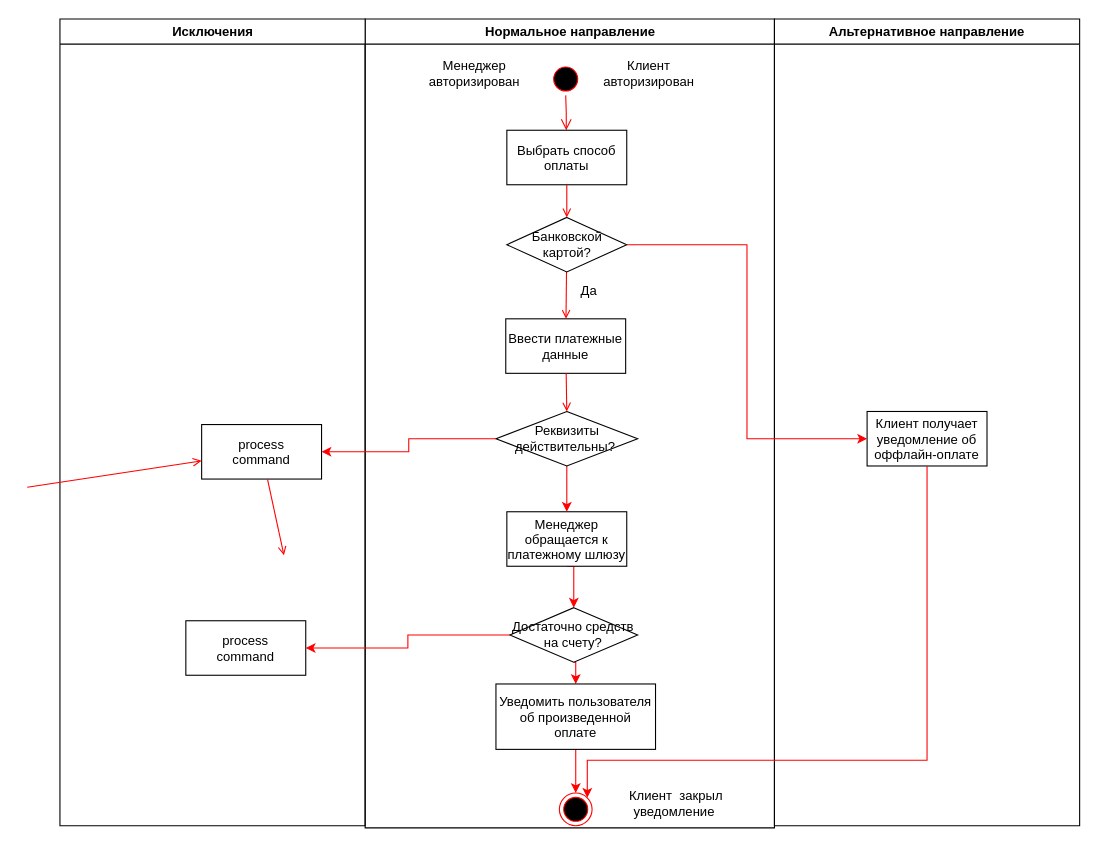
Before: page "Page-1" (1 of 2) of РИАТ_6_1.1.drawio in yanelena/diagrams, a draw.io diagram. Source tidied: cells renumbered, new cells numbered last; positions are measured from the earlier drawing's top-left corner, leaving out a move shared by most shapes. Both pictures are drawn from the tidied source at 109%, with x=0, y=0 at pixel (26, 19).
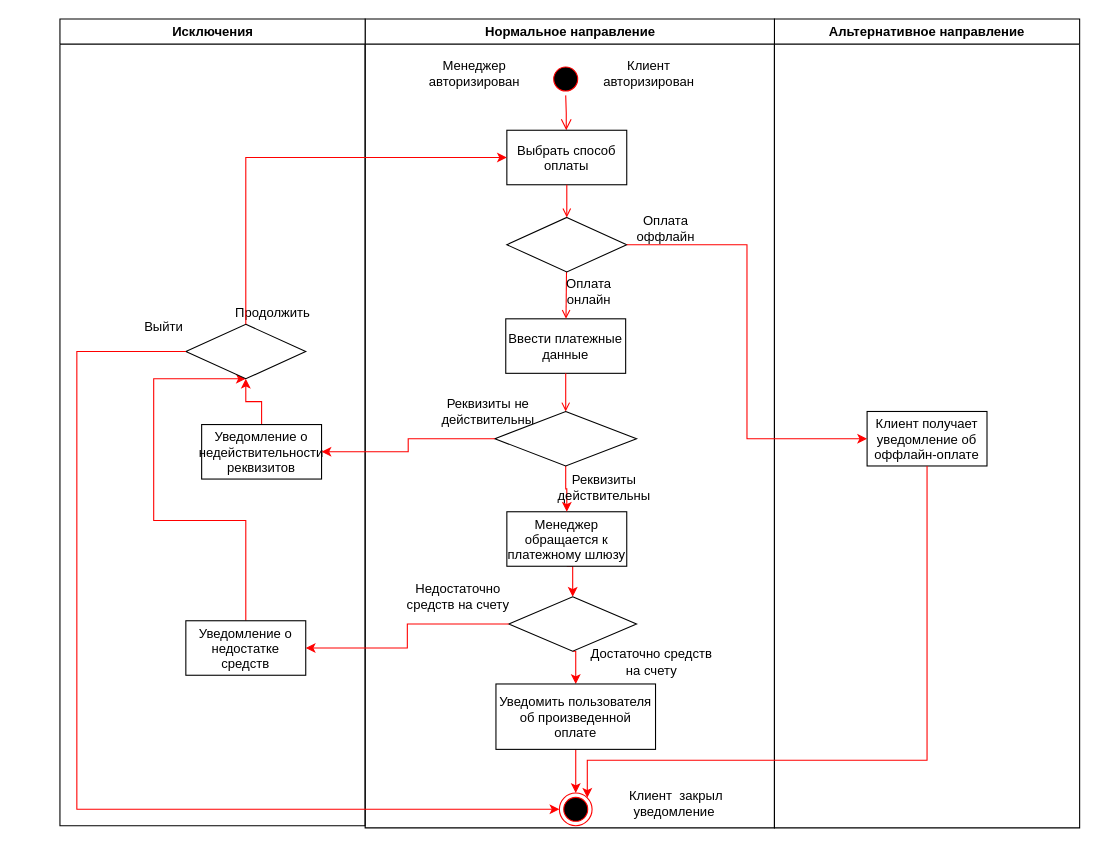
Above is the later version.

The change refers to these unchanged cells:
```xml
<mxCell id="5" value="Выбрать способ &#10;оплаты" parent="2" vertex="1">
  <mxGeometry x="130" y="102" width="110" height="50" as="geometry" />
</mxCell>
<mxCell id="21" style="ellipse;shape=endState;fillColor=#000000;strokeColor=#ff0000;" parent="2" vertex="1">
  <mxGeometry x="178.2" y="710" width="30" height="30" as="geometry" />
</mxCell>
<mxCell id="26" value="Исключения" style="swimlane;whiteSpace=wrap;" parent="1" vertex="1">
  <mxGeometry x="30.5" width="280" height="740" as="geometry" />
</mxCell>
```

Change to the diagram source:
```diff
@@
+    <mxCell id="24" value="Альтернативное направление" style="swimlane;whiteSpace=wrap;" parent="1" vertex="1">
+      <mxGeometry x="686" width="280" height="742" as="geometry" />
+    </mxCell>
+    <mxCell id="25" value="Клиент получает&#10;уведомление об &#10;оффлайн-оплате" parent="24" vertex="1">
+      <mxGeometry x="85" y="360" width="110" height="50" as="geometry" />
+    </mxCell>
-    <mxCell id="2" value="Нормальное направление" style="swimlane;whiteSpace=wrap;" parent="1" vertex="1">
-      <mxGeometry x="310.5" width="375.5" height="742" as="geometry" />
+    <mxCell id="2" value="Нормальное направление" style="swimlane;whiteSpace=wrap;" parent="24" vertex="1">
+      <mxGeometry x="-375.5" width="375.5" height="742" as="geometry" />
     </mxCell>
@@
-    <mxCell id="12" value="Банковской картой?" style="rhombus;whiteSpace=wrap;html=1;" parent="2" vertex="1">
+    <mxCell id="12" style="rhombus;whiteSpace=wrap;html=1;" parent="2" vertex="1">
       <mxGeometry x="130" y="182" width="110" height="50" as="geometry" />
     </mxCell>
@@
-    <mxCell id="16" value="Реквизиты действительны?&amp;nbsp;" style="rhombus;whiteSpace=wrap;html=1;" parent="2" vertex="1">
-      <mxGeometry x="120" y="360" width="130" height="50" as="geometry" />
+    <mxCell id="16" style="rhombus;whiteSpace=wrap;html=1;" parent="2" vertex="1">
+      <mxGeometry x="119" y="360" width="130" height="50" as="geometry" />
     </mxCell>
@@
-    <mxCell id="18" value="Достаточно средств&lt;br&gt;на счету?" style="rhombus;whiteSpace=wrap;html=1;" parent="2" vertex="1">
-      <mxGeometry x="132.8" y="540" width="117.2" height="50" as="geometry" />
+    <mxCell id="18" style="rhombus;whiteSpace=wrap;html=1;" parent="2" vertex="1">
+      <mxGeometry x="131.8" y="530" width="117.2" height="50" as="geometry" />
     </mxCell>
@@
-    <mxCell id="23" value="Да" style="text;html=1;strokeColor=none;fillColor=none;align=center;verticalAlign=middle;whiteSpace=wrap;rounded=0;fontColor=#000000;" parent="2" vertex="1">
+    <mxCell id="23" value="Оплата онлайн" style="text;html=1;strokeColor=none;fillColor=none;align=center;verticalAlign=middle;whiteSpace=wrap;rounded=0;fontColor=#000000;" parent="2" vertex="1">
       <mxGeometry x="185.5" y="240" width="40" height="20" as="geometry" />
     </mxCell>
-    <mxCell id="24" value="Альтернативное направление" style="swimlane;whiteSpace=wrap;" parent="1" vertex="1">
-      <mxGeometry x="686" width="280" height="740" as="geometry" />
-    </mxCell>
-    <mxCell id="25" value="Клиент получает&#10;уведомление об &#10;оффлайн-оплате" parent="24" vertex="1">
-      <mxGeometry x="85" y="360" width="110" height="50" as="geometry" />
-    </mxCell>
+    <mxCell id="35" value="Реквизиты действительны" style="text;html=1;strokeColor=none;fillColor=none;align=center;verticalAlign=middle;whiteSpace=wrap;rounded=0;" parent="2" vertex="1">
+      <mxGeometry x="199" y="420" width="40" height="20" as="geometry" />
+    </mxCell>
+    <mxCell id="36" value="Реквизиты не действительны" style="text;html=1;strokeColor=none;fillColor=none;align=center;verticalAlign=middle;whiteSpace=wrap;rounded=0;" parent="2" vertex="1">
+      <mxGeometry x="65.5" y="350" width="94.5" height="20" as="geometry" />
+    </mxCell>
+    <mxCell id="37" value="Оплата оффлайн" style="text;html=1;strokeColor=none;fillColor=none;align=center;verticalAlign=middle;whiteSpace=wrap;rounded=0;" parent="2" vertex="1">
+      <mxGeometry x="240" y="182" width="71" height="20" as="geometry" />
+    </mxCell>
+    <mxCell id="38" value="Недостаточно средств на счету" style="text;html=1;strokeColor=none;fillColor=none;align=center;verticalAlign=middle;whiteSpace=wrap;rounded=0;" parent="2" vertex="1">
+      <mxGeometry x="30" y="520" width="110" height="20" as="geometry" />
+    </mxCell>
+    <mxCell id="39" value="Достаточно средств на счету" style="text;html=1;strokeColor=none;fillColor=none;align=center;verticalAlign=middle;whiteSpace=wrap;rounded=0;" parent="2" vertex="1">
+      <mxGeometry x="205.5" y="580" width="114.5" height="20" as="geometry" />
+    </mxCell>
+    <mxCell id="33" style="edgeStyle=orthogonalEdgeStyle;rounded=0;jettySize=auto;html=1;exitX=1;exitY=0.5;exitDx=0;exitDy=0;entryX=0;entryY=0.5;entryDx=0;entryDy=0;labelBackgroundColor=#FF0000;strokeColor=#FF0000;fontColor=#000000;" parent="24" edge="1" source="12" target="25">
+      <mxGeometry relative="1" as="geometry" />
+    </mxCell>
+    <mxCell id="34" style="edgeStyle=orthogonalEdgeStyle;rounded=0;jettySize=auto;html=1;exitX=0.5;exitY=1;exitDx=0;exitDy=0;entryX=1;entryY=0;entryDx=0;entryDy=0;labelBackgroundColor=#FF0000;strokeColor=#FF0000;fontColor=#000000;" parent="24" edge="1" source="25" target="21">
+      <mxGeometry relative="1" as="geometry">
+        <Array as="points">
+          <mxPoint x="140" y="680" />
+          <mxPoint x="-172" y="680" />
+        </Array>
+      </mxGeometry>
+    </mxCell>
@@
+    <mxCell id="40" style="edgeStyle=orthogonalEdgeStyle;rounded=0;jettySize=auto;html=1;exitX=0.5;exitY=0;exitDx=0;exitDy=0;entryX=0.5;entryY=1;entryDx=0;entryDy=0;strokeColor=#FF0000;" parent="26" edge="1" source="27" target="42">
+      <mxGeometry relative="1" as="geometry" />
+    </mxCell>
-    <mxCell id="27" value="process&#10;command" parent="26" vertex="1">
+    <mxCell id="27" value="Уведомление о&#10;недействительности &#10;реквизитов" parent="26" vertex="1">
       <mxGeometry x="130" y="372" width="110" height="50" as="geometry" />
     </mxCell>
-    <mxCell id="28" style="edgeStyle=none;strokeColor=#FF0000;endArrow=open;endFill=1;rounded=0;" parent="26" edge="1" target="27">
-      <mxGeometry relative="1" as="geometry">
-        <mxPoint x="-30" y="429.5" as="sourcePoint" />
-      </mxGeometry>
-    </mxCell>
-    <mxCell id="29" style="endArrow=open;strokeColor=#FF0000;endFill=1;rounded=0;" parent="26" edge="1" source="27">
-      <mxGeometry relative="1" as="geometry">
-        <mxPoint x="205.5" y="492" as="targetPoint" />
-      </mxGeometry>
-    </mxCell>
+    <mxCell id="41" style="edgeStyle=orthogonalEdgeStyle;rounded=0;jettySize=auto;html=1;exitX=0.5;exitY=0;exitDx=0;exitDy=0;entryX=0.5;entryY=1;entryDx=0;entryDy=0;strokeColor=#FF0000;" parent="26" edge="1" source="30" target="42">
+      <mxGeometry relative="1" as="geometry">
+        <Array as="points">
+          <mxPoint x="171" y="460" />
+          <mxPoint x="86" y="460" />
+          <mxPoint x="86" y="330" />
+        </Array>
+      </mxGeometry>
+    </mxCell>
-    <mxCell id="30" value="process&#10;command" parent="26" vertex="1">
+    <mxCell id="30" value="Уведомление о &#10;недостатке &#10;средств" parent="26" vertex="1">
       <mxGeometry x="115.5" y="552" width="110" height="50" as="geometry" />
     </mxCell>
+    <mxCell id="42" style="rhombus;whiteSpace=wrap;html=1;" parent="26" vertex="1">
+      <mxGeometry x="115.5" y="280" width="110" height="50" as="geometry" />
+    </mxCell>
+    <mxCell id="43" value="Продолжить" style="text;html=1;strokeColor=none;fillColor=none;align=center;verticalAlign=middle;whiteSpace=wrap;rounded=0;" parent="26" vertex="1">
+      <mxGeometry x="175.5" y="260" width="40" height="20" as="geometry" />
+    </mxCell>
+    <mxCell id="44" value="Выйти" style="text;html=1;strokeColor=none;fillColor=none;align=center;verticalAlign=middle;whiteSpace=wrap;rounded=0;" parent="26" vertex="1">
+      <mxGeometry x="75.5" y="273" width="40" height="20" as="geometry" />
+    </mxCell>
@@
-    <mxCell id="33" style="edgeStyle=orthogonalEdgeStyle;rounded=0;jettySize=auto;html=1;exitX=1;exitY=0.5;exitDx=0;exitDy=0;entryX=0;entryY=0.5;entryDx=0;entryDy=0;labelBackgroundColor=#FF0000;strokeColor=#FF0000;fontColor=#000000;" parent="1" edge="1" source="12" target="25">
-      <mxGeometry relative="1" as="geometry" />
-    </mxCell>
-    <mxCell id="34" style="edgeStyle=orthogonalEdgeStyle;rounded=0;jettySize=auto;html=1;exitX=0.5;exitY=1;exitDx=0;exitDy=0;entryX=1;entryY=0;entryDx=0;entryDy=0;labelBackgroundColor=#FF0000;strokeColor=#FF0000;fontColor=#000000;" parent="1" edge="1" source="25" target="21">
-      <mxGeometry relative="1" as="geometry">
-        <Array as="points">
-          <mxPoint x="826" y="680" />
-          <mxPoint x="514" y="680" />
-        </Array>
-      </mxGeometry>
-    </mxCell>
+    <mxCell id="45" style="edgeStyle=orthogonalEdgeStyle;rounded=0;jettySize=auto;html=1;exitX=0.5;exitY=0;exitDx=0;exitDy=0;entryX=0;entryY=0.5;entryDx=0;entryDy=0;strokeColor=#FF0000;" parent="1" edge="1" source="42" target="5">
+      <mxGeometry relative="1" as="geometry" />
+    </mxCell>
+    <mxCell id="46" style="edgeStyle=orthogonalEdgeStyle;rounded=0;jettySize=auto;html=1;exitX=0;exitY=0.5;exitDx=0;exitDy=0;strokeColor=#FF0000;entryX=0;entryY=0.5;entryDx=0;entryDy=0;" parent="1" edge="1" source="42" target="21">
+      <mxGeometry relative="1" as="geometry">
+        <Array as="points">
+          <mxPoint x="46" y="305" />
+          <mxPoint x="46" y="725" />
+        </Array>
+      </mxGeometry>
+    </mxCell>
```
